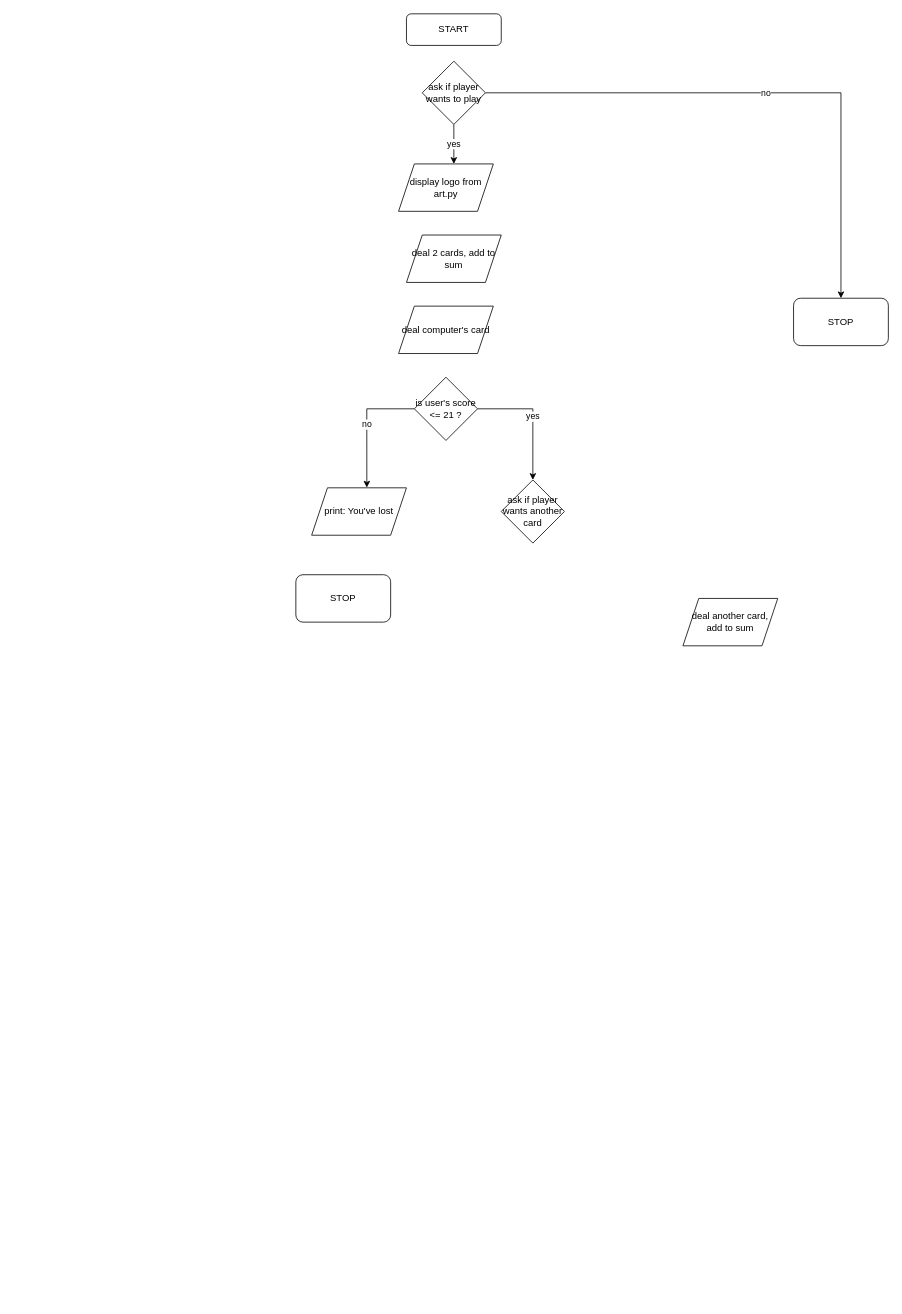
anniejanuary/APP_Blackjack-capstone keeps this draw.io diagram as Untitled Diagram.drawio. Above is the earlier version. Source tidied: cells renumbered, new cells numbered last; positions are measured from the earlier drawing's top-left corner, leaving out a move shared by most shapes. Both pictures are drawn from the tidied source at 79%, with x=0, y=0 at pixel (295, 13).
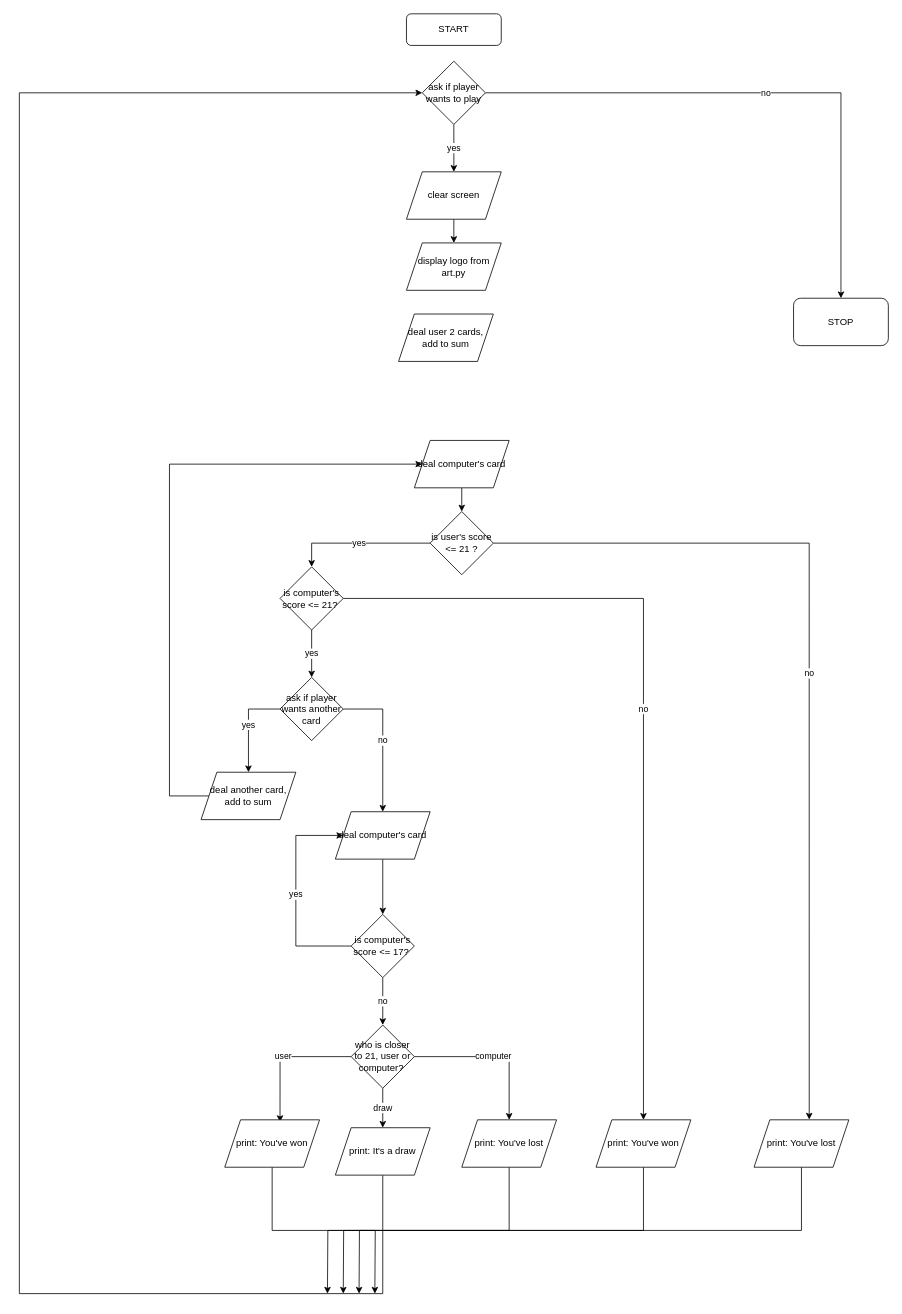
Above is the later version.

Unchanged cells that the change refers to:
```xml
<mxCell id="6" value="ask if player wants to play" style="rhombus;whiteSpace=wrap;html=1;" parent="1" vertex="1">
  <mxGeometry x="160" y="60" width="80" height="80" as="geometry" />
</mxCell>
```

The edit, as a diff of the source:
```diff
@@
     <mxCell id="3" value="display logo from art.py" style="shape=parallelogram;perimeter=parallelogramPerimeter;whiteSpace=wrap;html=1;fixedSize=1;" parent="1" vertex="1">
-      <mxGeometry x="130" y="190" width="120" height="60" as="geometry" />
+      <mxGeometry x="140" y="290" width="120" height="60" as="geometry" />
     </mxCell>
@@
-    <mxCell id="5" value="yes" style="edgeStyle=orthogonalEdgeStyle;rounded=0;jettySize=auto;html=1;exitX=0.5;exitY=1;exitDx=0;exitDy=0;" parent="1" edge="1" source="6">
-      <mxGeometry relative="1" as="geometry">
-        <mxPoint x="200" y="190" as="targetPoint" />
-      </mxGeometry>
+    <mxCell id="5" value="yes" style="edgeStyle=orthogonalEdgeStyle;rounded=0;jettySize=auto;html=1;exitX=0.5;exitY=1;exitDx=0;exitDy=0;entryX=0.5;entryY=0;entryDx=0;entryDy=0;" parent="1" edge="1" source="6" target="43">
+      <mxGeometry relative="1" as="geometry" />
     </mxCell>
@@
-    <mxCell id="8" value="deal 2 cards, add to sum" style="shape=parallelogram;perimeter=parallelogramPerimeter;whiteSpace=wrap;html=1;fixedSize=1;" parent="1" vertex="1">
-      <mxGeometry x="140" y="280" width="120" height="60" as="geometry" />
+    <mxCell id="8" value="deal user 2 cards, add to sum" style="shape=parallelogram;perimeter=parallelogramPerimeter;whiteSpace=wrap;html=1;fixedSize=1;" parent="1" vertex="1">
+      <mxGeometry x="130" y="380" width="120" height="60" as="geometry" />
     </mxCell>
+    <mxCell id="17" style="edgeStyle=orthogonalEdgeStyle;rounded=0;jettySize=auto;html=1;exitX=0.5;exitY=1;exitDx=0;exitDy=0;entryX=0.5;entryY=0;entryDx=0;entryDy=0;" parent="1" edge="1" source="9" target="14">
+      <mxGeometry relative="1" as="geometry" />
+    </mxCell>
     <mxCell id="9" value="deal computer's card" style="shape=parallelogram;perimeter=parallelogramPerimeter;whiteSpace=wrap;html=1;fixedSize=1;" parent="1" vertex="1">
-      <mxGeometry x="130" y="370" width="120" height="60" as="geometry" />
+      <mxGeometry x="150" y="540" width="120" height="60" as="geometry" />
     </mxCell>
+    <mxCell id="18" value="yes" style="edgeStyle=orthogonalEdgeStyle;rounded=0;jettySize=auto;html=1;exitX=0;exitY=0.5;exitDx=0;exitDy=0;entryX=0.5;entryY=0;entryDx=0;entryDy=0;" parent="1" edge="1" source="10" target="11">
+      <mxGeometry relative="1" as="geometry" />
+    </mxCell>
+    <mxCell id="19" value="no" style="edgeStyle=orthogonalEdgeStyle;rounded=0;jettySize=auto;html=1;exitX=1;exitY=0.5;exitDx=0;exitDy=0;entryX=0.5;entryY=0;entryDx=0;entryDy=0;" parent="1" edge="1" source="10" target="28">
+      <mxGeometry relative="1" as="geometry" />
+    </mxCell>
     <mxCell id="10" value="ask if player wants another card" style="rhombus;whiteSpace=wrap;html=1;" parent="1" vertex="1">
-      <mxGeometry x="260" y="590" width="80" height="80" as="geometry" />
+      <mxGeometry x="-20" y="840" width="80" height="80" as="geometry" />
     </mxCell>
+    <mxCell id="20" style="edgeStyle=orthogonalEdgeStyle;rounded=0;jettySize=auto;html=1;exitX=0;exitY=0.5;exitDx=0;exitDy=0;entryX=0;entryY=0.5;entryDx=0;entryDy=0;" parent="1" edge="1" source="11" target="9">
+      <mxGeometry relative="1" as="geometry">
+        <Array as="points">
+          <mxPoint x="-160" y="990" />
+          <mxPoint x="-160" y="570" />
+        </Array>
+      </mxGeometry>
+    </mxCell>
     <mxCell id="11" value="deal another card, add to sum" style="shape=parallelogram;perimeter=parallelogramPerimeter;whiteSpace=wrap;html=1;fixedSize=1;" parent="1" vertex="1">
-      <mxGeometry x="490" y="740" width="120" height="60" as="geometry" />
+      <mxGeometry x="-120" y="960" width="120" height="60" as="geometry" />
     </mxCell>
-    <mxCell id="12" value="yes" style="edgeStyle=orthogonalEdgeStyle;rounded=0;jettySize=auto;html=1;exitX=1;exitY=0.5;exitDx=0;exitDy=0;entryX=0.5;entryY=0;entryDx=0;entryDy=0;" parent="1" edge="1" source="14" target="10">
+    <mxCell id="12" value="yes" style="edgeStyle=orthogonalEdgeStyle;rounded=0;jettySize=auto;html=1;exitX=0;exitY=0.5;exitDx=0;exitDy=0;entryX=0.5;entryY=0;entryDx=0;entryDy=0;" parent="1" edge="1" source="14" target="24">
       <mxGeometry relative="1" as="geometry" />
     </mxCell>
-    <mxCell id="13" value="no" style="edgeStyle=orthogonalEdgeStyle;rounded=0;jettySize=auto;html=1;exitX=0;exitY=0.5;exitDx=0;exitDy=0;entryX=0.582;entryY=-0.006;entryDx=0;entryDy=0;entryPerimeter=0;" parent="1" edge="1" source="14" target="16">
-      <mxGeometry relative="1" as="geometry" />
+    <mxCell id="13" value="no" style="edgeStyle=orthogonalEdgeStyle;rounded=0;jettySize=auto;html=1;exitX=1;exitY=0.5;exitDx=0;exitDy=0;entryX=0.582;entryY=-0.006;entryDx=0;entryDy=0;entryPerimeter=0;exitPerimeter=0;" parent="1" edge="1" source="14" target="16">
+      <mxGeometry relative="1" as="geometry">
+        <Array as="points">
+          <mxPoint x="650" y="670" />
+        </Array>
+      </mxGeometry>
     </mxCell>
     <mxCell id="14" value="is user's score &amp;lt;= 21 ?" style="rhombus;whiteSpace=wrap;html=1;" parent="1" vertex="1">
-      <mxGeometry x="150" y="460" width="80" height="80" as="geometry" />
+      <mxGeometry x="170" y="630" width="80" height="80" as="geometry" />
     </mxCell>
-    <mxCell id="15" value="STOP" style="rounded=1;whiteSpace=wrap;html=1;" parent="1" vertex="1">
-      <mxGeometry y="710" width="120" height="60" as="geometry" />
-    </mxCell>
+    <mxCell id="21" style="edgeStyle=orthogonalEdgeStyle;rounded=0;jettySize=auto;html=1;exitX=0.5;exitY=1;exitDx=0;exitDy=0;" parent="1" edge="1" source="16">
+      <mxGeometry relative="1" as="geometry">
+        <mxPoint x="40" y="1620" as="targetPoint" />
+      </mxGeometry>
+    </mxCell>
     <mxCell id="16" value="print: You've lost" style="shape=parallelogram;perimeter=parallelogramPerimeter;whiteSpace=wrap;html=1;fixedSize=1;" parent="1" vertex="1">
-      <mxGeometry x="20" y="600" width="120" height="60" as="geometry" />
+      <mxGeometry x="580" y="1400" width="120" height="60" as="geometry" />
     </mxCell>
+    <mxCell id="22" value="yes" style="edgeStyle=orthogonalEdgeStyle;rounded=0;jettySize=auto;html=1;exitX=0.5;exitY=1;exitDx=0;exitDy=0;entryX=0.5;entryY=0;entryDx=0;entryDy=0;" parent="1" edge="1" source="24" target="10">
+      <mxGeometry relative="1" as="geometry" />
+    </mxCell>
+    <mxCell id="23" value="no" style="edgeStyle=orthogonalEdgeStyle;rounded=0;jettySize=auto;html=1;exitX=1;exitY=0.5;exitDx=0;exitDy=0;" parent="1" edge="1" source="24" target="26">
+      <mxGeometry relative="1" as="geometry" />
+    </mxCell>
+    <mxCell id="24" value="is computer's score &amp;lt;= 21?&amp;nbsp;" style="rhombus;whiteSpace=wrap;html=1;" parent="1" vertex="1">
+      <mxGeometry x="-20" y="700" width="80" height="80" as="geometry" />
+    </mxCell>
+    <mxCell id="25" style="edgeStyle=orthogonalEdgeStyle;rounded=0;jettySize=auto;html=1;exitX=0.5;exitY=1;exitDx=0;exitDy=0;" parent="1" edge="1" source="26">
+      <mxGeometry relative="1" as="geometry">
+        <mxPoint x="60" y="1620" as="targetPoint" />
+      </mxGeometry>
+    </mxCell>
+    <mxCell id="26" value="print: You've won" style="shape=parallelogram;perimeter=parallelogramPerimeter;whiteSpace=wrap;html=1;fixedSize=1;" parent="1" vertex="1">
+      <mxGeometry x="380" y="1400" width="120" height="60" as="geometry" />
+    </mxCell>
+    <mxCell id="27" style="edgeStyle=orthogonalEdgeStyle;rounded=0;jettySize=auto;html=1;exitX=0.5;exitY=1;exitDx=0;exitDy=0;entryX=0.5;entryY=0;entryDx=0;entryDy=0;" parent="1" edge="1" source="28" target="31">
+      <mxGeometry relative="1" as="geometry" />
+    </mxCell>
+    <mxCell id="28" value="deal computer's card" style="shape=parallelogram;perimeter=parallelogramPerimeter;whiteSpace=wrap;html=1;fixedSize=1;" parent="1" vertex="1">
+      <mxGeometry x="50" y="1010" width="120" height="60" as="geometry" />
+    </mxCell>
+    <mxCell id="29" value="yes" style="edgeStyle=orthogonalEdgeStyle;rounded=0;jettySize=auto;html=1;exitX=0;exitY=0.5;exitDx=0;exitDy=0;entryX=0;entryY=0.5;entryDx=0;entryDy=0;" parent="1" edge="1" source="31" target="28">
+      <mxGeometry relative="1" as="geometry">
+        <Array as="points">
+          <mxPoint y="1180" />
+          <mxPoint y="1040" />
+        </Array>
+      </mxGeometry>
+    </mxCell>
+    <mxCell id="30" value="no" style="edgeStyle=orthogonalEdgeStyle;rounded=0;jettySize=auto;html=1;exitX=0.5;exitY=1;exitDx=0;exitDy=0;entryX=0.5;entryY=0;entryDx=0;entryDy=0;" parent="1" edge="1" source="31" target="35">
+      <mxGeometry relative="1" as="geometry" />
+    </mxCell>
+    <mxCell id="31" value="is computer's score &amp;lt;= 17?&amp;nbsp;" style="rhombus;whiteSpace=wrap;html=1;" parent="1" vertex="1">
+      <mxGeometry x="70" y="1140" width="80" height="80" as="geometry" />
+    </mxCell>
+    <mxCell id="32" value="user" style="edgeStyle=orthogonalEdgeStyle;rounded=0;jettySize=auto;html=1;exitX=0;exitY=0.5;exitDx=0;exitDy=0;entryX=0.583;entryY=0.047;entryDx=0;entryDy=0;entryPerimeter=0;" parent="1" edge="1" source="35" target="37">
+      <mxGeometry relative="1" as="geometry" />
+    </mxCell>
+    <mxCell id="33" value="draw" style="edgeStyle=orthogonalEdgeStyle;rounded=0;jettySize=auto;html=1;exitX=0.5;exitY=1;exitDx=0;exitDy=0;entryX=0.5;entryY=0;entryDx=0;entryDy=0;" parent="1" edge="1" source="35" target="41">
+      <mxGeometry relative="1" as="geometry" />
+    </mxCell>
+    <mxCell id="34" value="computer" style="edgeStyle=orthogonalEdgeStyle;rounded=0;jettySize=auto;html=1;exitX=1;exitY=0.5;exitDx=0;exitDy=0;entryX=0.5;entryY=0;entryDx=0;entryDy=0;" parent="1" edge="1" source="35" target="39">
+      <mxGeometry relative="1" as="geometry" />
+    </mxCell>
+    <mxCell id="35" value="who is closer to 21, user or computer?&amp;nbsp;" style="rhombus;whiteSpace=wrap;html=1;" parent="1" vertex="1">
+      <mxGeometry x="70" y="1280" width="80" height="80" as="geometry" />
+    </mxCell>
+    <mxCell id="36" style="edgeStyle=orthogonalEdgeStyle;rounded=0;jettySize=auto;html=1;exitX=0.5;exitY=1;exitDx=0;exitDy=0;" parent="1" edge="1" source="37">
+      <mxGeometry relative="1" as="geometry">
+        <mxPoint x="100" y="1620" as="targetPoint" />
+      </mxGeometry>
+    </mxCell>
+    <mxCell id="37" value="print: You've won" style="shape=parallelogram;perimeter=parallelogramPerimeter;whiteSpace=wrap;html=1;fixedSize=1;" parent="1" vertex="1">
+      <mxGeometry x="-90" y="1400" width="120" height="60" as="geometry" />
+    </mxCell>
+    <mxCell id="38" style="edgeStyle=orthogonalEdgeStyle;rounded=0;jettySize=auto;html=1;exitX=0.5;exitY=1;exitDx=0;exitDy=0;" parent="1" edge="1" source="39">
+      <mxGeometry relative="1" as="geometry">
+        <mxPoint x="80" y="1620" as="targetPoint" />
+      </mxGeometry>
+    </mxCell>
+    <mxCell id="39" value="print: You've lost" style="shape=parallelogram;perimeter=parallelogramPerimeter;whiteSpace=wrap;html=1;fixedSize=1;" parent="1" vertex="1">
+      <mxGeometry x="210" y="1400" width="120" height="60" as="geometry" />
+    </mxCell>
+    <mxCell id="40" style="edgeStyle=orthogonalEdgeStyle;rounded=0;jettySize=auto;html=1;exitX=0.5;exitY=1;exitDx=0;exitDy=0;entryX=0;entryY=0.5;entryDx=0;entryDy=0;" parent="1" edge="1" source="41" target="6">
+      <mxGeometry relative="1" as="geometry">
+        <Array as="points">
+          <mxPoint x="110" y="1620" />
+          <mxPoint x="-350" y="1620" />
+          <mxPoint x="-350" y="100" />
+        </Array>
+      </mxGeometry>
+    </mxCell>
+    <mxCell id="41" value="print: It's a draw" style="shape=parallelogram;perimeter=parallelogramPerimeter;whiteSpace=wrap;html=1;fixedSize=1;" parent="1" vertex="1">
+      <mxGeometry x="50" y="1410" width="120" height="60" as="geometry" />
+    </mxCell>
+    <mxCell id="42" style="edgeStyle=orthogonalEdgeStyle;rounded=0;jettySize=auto;html=1;exitX=0.5;exitY=1;exitDx=0;exitDy=0;entryX=0.5;entryY=0;entryDx=0;entryDy=0;" parent="1" edge="1" source="43" target="3">
+      <mxGeometry relative="1" as="geometry" />
+    </mxCell>
+    <mxCell id="43" value="clear screen" style="shape=parallelogram;perimeter=parallelogramPerimeter;whiteSpace=wrap;html=1;fixedSize=1;" parent="1" vertex="1">
+      <mxGeometry x="140" y="200" width="120" height="60" as="geometry" />
+    </mxCell>
```
